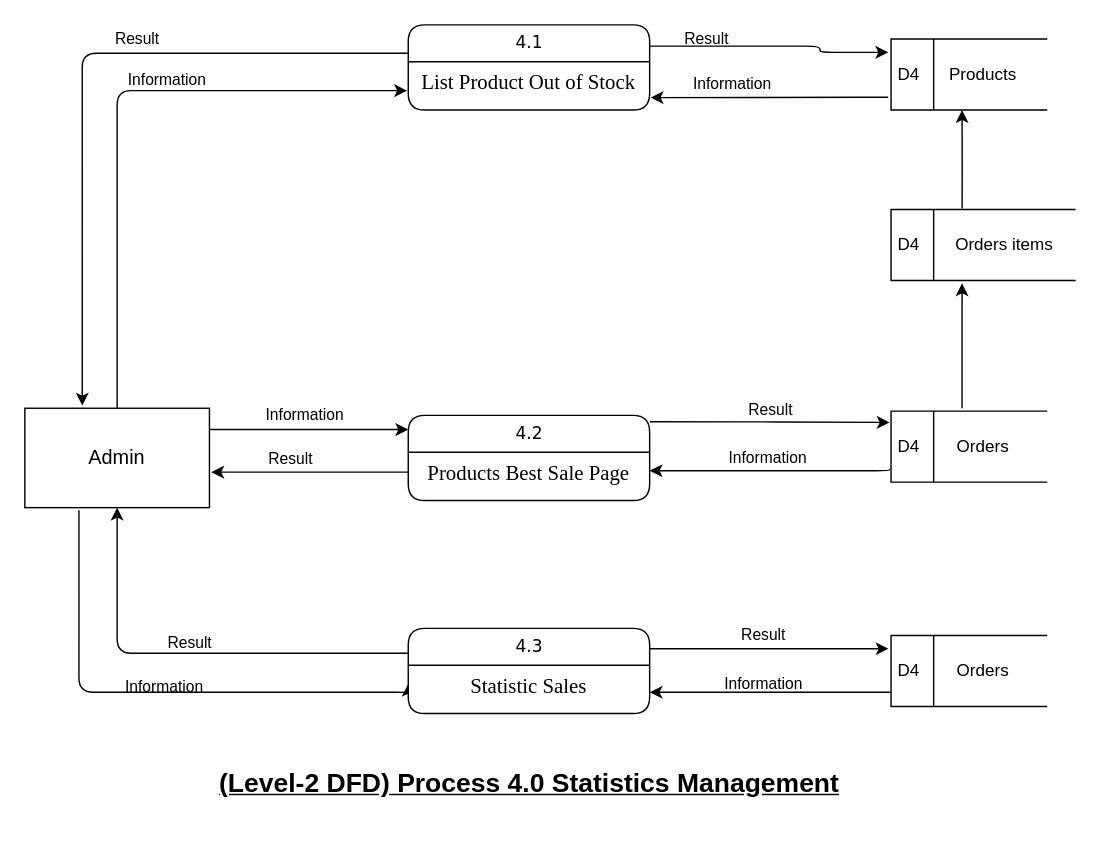
Before: assets/dfd/DFD-Level-4.0 - Statistics Manager.drawio in vanluong94/aptech-market-management-system, a draw.io diagram. Source tidied: cells renumbered, new cells numbered last; positions are measured from the earlier drawing's top-left corner, leaving out a move shared by most shapes. Both pictures are drawn from the tidied source at 142%, with x=0, y=0 at pixel (24, 24).
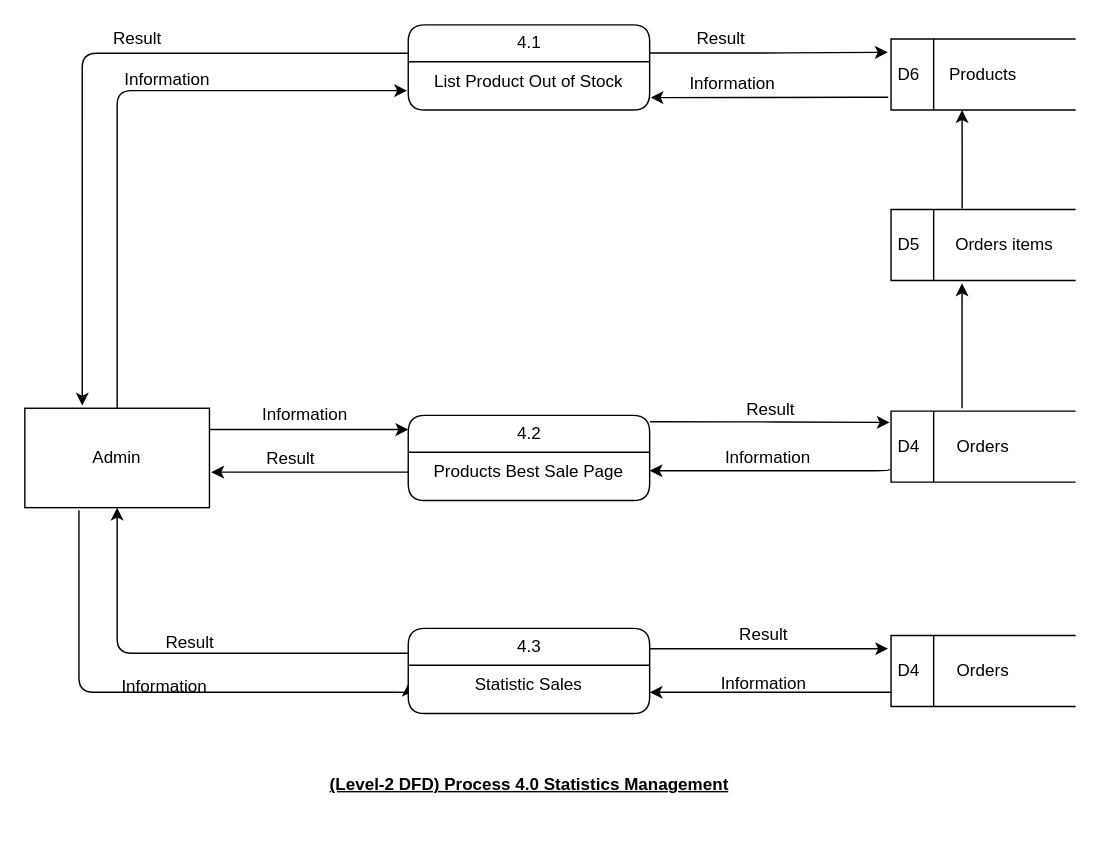
After the change.

What changed in the source:
```diff
@@
-    <mxCell id="2" value="Result" style="edgeStyle=orthogonalEdgeStyle;rounded=1;sketch=0;jettySize=auto;html=1;entryX=0.311;entryY=-0.027;entryDx=0;entryDy=0;entryPerimeter=0;labelBackgroundColor=none;" parent="1" edge="1" source="4" target="10">
+    <mxCell id="2" value="Result" style="edgeStyle=orthogonalEdgeStyle;rounded=1;sketch=0;jettySize=auto;html=1;entryX=0.311;entryY=-0.027;entryDx=0;entryDy=0;entryPerimeter=0;labelBackgroundColor=none;fontFamily=Helvetica;fontColor=#000000;fontSize=12;" parent="1" edge="1" source="4" target="10">
       <mxGeometry x="-0.2" y="-10" relative="1" as="geometry">
         <Array as="points">
           <mxPoint x="40" y="20" />
         </Array>
       </mxGeometry>
     </mxCell>
-    <mxCell id="3" value="Result" style="edgeStyle=orthogonalEdgeStyle;rounded=1;jettySize=auto;html=1;labelBackgroundColor=none;exitX=1;exitY=0.25;exitDx=0;exitDy=0;entryX=-0.018;entryY=0.187;entryDx=0;entryDy=0;entryPerimeter=0;" parent="1" edge="1" source="4" target="24">
-      <mxGeometry x="-0.54" y="5" relative="1" as="geometry">
-        <Array as="points">
-          <mxPoint x="560" y="15" />
-        </Array>
-      </mxGeometry>
+    <mxCell id="3" value="Result" style="edgeStyle=orthogonalEdgeStyle;rounded=1;jettySize=auto;html=1;labelBackgroundColor=none;exitX=1;exitY=0.33;exitDx=0;exitDy=0;entryX=-0.018;entryY=0.187;entryDx=0;entryDy=0;entryPerimeter=0;exitPerimeter=0;fontFamily=Helvetica;fontColor=#000000;fontSize=12;" parent="1" edge="1" source="4" target="24">
+      <mxGeometry x="-0.41" y="10" relative="1" as="geometry" />
     </mxCell>
-    <mxCell id="4" value="4.1" style="swimlane;html=1;fontStyle=0;horizontal=1;startSize=26;swimlaneFillColor=#ffffff;align=center;rounded=1;shadow=0;comic=0;labelBackgroundColor=none;strokeWidth=1;fontFamily=Verdana;fontSize=12;" parent="1" vertex="1">
+    <mxCell id="4" value="4.1" style="swimlane;html=1;fontStyle=0;horizontal=1;startSize=26;swimlaneFillColor=#ffffff;align=center;rounded=1;shadow=0;comic=0;labelBackgroundColor=none;strokeWidth=1;fontFamily=Helvetica;fontSize=12;fontColor=#000000;" parent="1" vertex="1">
       <mxGeometry x="270" width="170" height="60" as="geometry" />
     </mxCell>
-    <mxCell id="5" value="&lt;font face=&quot;times new roman&quot;&gt;&lt;span style=&quot;font-size: 14.6667px&quot;&gt;List Product Out of Stock&lt;/span&gt;&lt;/font&gt;" style="text;html=1;spacingLeft=4;spacingRight=4;whiteSpace=wrap;overflow=hidden;points=[[0,0.5],[1,0.5]];portConstraint=eastwest;align=center;fontColor=#000000;" parent="4" vertex="1">
+    <mxCell id="5" value="&lt;font style=&quot;font-size: 12px;&quot;&gt;&lt;span style=&quot;font-size: 12px;&quot;&gt;List Product Out of Stock&lt;/span&gt;&lt;/font&gt;" style="text;html=1;spacingLeft=4;spacingRight=4;whiteSpace=wrap;overflow=hidden;points=[[0,0.5],[1,0.5]];portConstraint=eastwest;align=center;fontColor=#000000;fontFamily=Helvetica;fontSize=12;" parent="4" vertex="1">
       <mxGeometry y="26" width="170" height="26" as="geometry" />
     </mxCell>
-    <mxCell id="6" value="&lt;p class=&quot;MsoNormal&quot;&gt;&lt;font face=&quot;helvetica, sans-serif&quot;&gt;&lt;span style=&quot;font-size: 18.6667px&quot;&gt;&lt;b&gt;&lt;u&gt;(Level-2 DFD) Process 4.0 Statistics Management&lt;/u&gt;&lt;/b&gt;&lt;/span&gt;&lt;/font&gt;&lt;br&gt;&lt;/p&gt;" style="text;html=1;align=center;verticalAlign=middle;strokeColor=none;" parent="1" vertex="1">
-      <mxGeometry x="130" y="510" width="450" height="50" as="geometry" />
+    <mxCell id="6" value="&lt;p class=&quot;MsoNormal&quot; style=&quot;font-size: 12px;&quot;&gt;&lt;font style=&quot;font-size: 12px;&quot;&gt;&lt;span style=&quot;font-size: 12px;&quot;&gt;&lt;b style=&quot;font-size: 12px;&quot;&gt;&lt;u style=&quot;font-size: 12px;&quot;&gt;(Level-2 DFD) Process 4.0 Statistics Management&lt;/u&gt;&lt;/b&gt;&lt;/span&gt;&lt;/font&gt;&lt;br style=&quot;font-size: 12px;&quot;&gt;&lt;/p&gt;" style="text;html=1;align=center;verticalAlign=middle;strokeColor=none;fontFamily=Helvetica;fontColor=#000000;fontSize=12;" parent="1" vertex="1">
+      <mxGeometry x="205" y="515" width="300" height="40" as="geometry" />
     </mxCell>
-    <mxCell id="7" value="Information" style="edgeStyle=orthogonalEdgeStyle;jumpStyle=none;jettySize=auto;html=1;entryX=0;entryY=0.167;entryDx=0;entryDy=0;entryPerimeter=0;shadow=0;labelBackgroundColor=none;rounded=1;" parent="1" edge="1" target="12">
+    <mxCell id="7" value="Information" style="edgeStyle=orthogonalEdgeStyle;jumpStyle=none;jettySize=auto;html=1;entryX=0;entryY=0.167;entryDx=0;entryDy=0;entryPerimeter=0;shadow=0;labelBackgroundColor=none;rounded=1;fontFamily=Helvetica;fontColor=#000000;fontSize=12;" parent="1" edge="1" target="12">
       <mxGeometry x="-0.04" y="10" relative="1" as="geometry">
         <mxPoint x="130" y="285" as="sourcePoint" />
         <Array as="points">
           <mxPoint x="150" y="285" />
           <mxPoint x="150" y="285" />
         </Array>
       </mxGeometry>
     </mxCell>
-    <mxCell id="8" value="Information" style="edgeStyle=orthogonalEdgeStyle;rounded=1;jettySize=auto;html=1;entryX=0;entryY=0.5;entryDx=0;entryDy=0;labelBackgroundColor=none;exitX=0.293;exitY=1.027;exitDx=0;exitDy=0;exitPerimeter=0;" parent="1" edge="1" source="10" target="17">
+    <mxCell id="8" value="Information" style="edgeStyle=orthogonalEdgeStyle;rounded=1;jettySize=auto;html=1;entryX=0;entryY=0.5;entryDx=0;entryDy=0;labelBackgroundColor=none;exitX=0.293;exitY=1.027;exitDx=0;exitDy=0;exitPerimeter=0;fontFamily=Helvetica;fontColor=#000000;fontSize=12;" parent="1" edge="1" source="10" target="17">
       <mxGeometry x="0.03" y="4" relative="1" as="geometry">
         <Array as="points">
           <mxPoint x="38" y="470" />
           <mxPoint x="270" y="470" />
         </Array>
       </mxGeometry>
     </mxCell>
-    <mxCell id="9" value="Information" style="edgeStyle=orthogonalEdgeStyle;rounded=1;jettySize=auto;html=1;entryX=-0.005;entryY=0.782;entryDx=0;entryDy=0;entryPerimeter=0;labelBackgroundColor=none;" parent="1" edge="1" source="10" target="5">
+    <mxCell id="9" value="Information" style="edgeStyle=orthogonalEdgeStyle;rounded=1;jettySize=auto;html=1;entryX=-0.005;entryY=0.782;entryDx=0;entryDy=0;entryPerimeter=0;labelBackgroundColor=none;fontFamily=Helvetica;fontColor=#000000;fontSize=12;" parent="1" edge="1" source="10" target="5">
       <mxGeometry x="0.21" y="7" relative="1" as="geometry" />
     </mxCell>
-    <mxCell id="10" value="&lt;font style=&quot;font-size: 14px&quot;&gt;Admin&lt;/font&gt;" style="rounded=0;whiteSpace=wrap;html=1;" parent="1" vertex="1">
+    <mxCell id="10" value="&lt;font style=&quot;font-size: 12px;&quot;&gt;Admin&lt;/font&gt;" style="rounded=0;whiteSpace=wrap;html=1;fontFamily=Helvetica;fontColor=#000000;fontSize=12;" parent="1" vertex="1">
       <mxGeometry y="270" width="130" height="70" as="geometry" />
     </mxCell>
-    <mxCell id="11" value="Result" style="edgeStyle=orthogonalEdgeStyle;rounded=1;jettySize=auto;html=1;labelBackgroundColor=none;exitX=1.001;exitY=0.076;exitDx=0;exitDy=0;exitPerimeter=0;" parent="1" edge="1" source="12">
+    <mxCell id="11" value="Result" style="edgeStyle=orthogonalEdgeStyle;rounded=1;jettySize=auto;html=1;labelBackgroundColor=none;exitX=1.001;exitY=0.076;exitDx=0;exitDy=0;exitPerimeter=0;fontFamily=Helvetica;fontColor=#000000;fontSize=12;" parent="1" edge="1" source="12">
       <mxGeometry x="0.01" y="9" relative="1" as="geometry">
         <mxPoint x="609" y="280" as="targetPoint" />
         <Array as="points">
           <mxPoint x="520" y="280" />
           <mxPoint x="609" y="280" />
         </Array>
       </mxGeometry>
     </mxCell>
-    <mxCell id="12" value="4.2" style="swimlane;html=1;fontStyle=0;horizontal=1;startSize=26;swimlaneFillColor=#ffffff;align=center;rounded=1;shadow=0;comic=0;labelBackgroundColor=none;strokeWidth=1;fontFamily=Verdana;fontSize=12;" parent="1" vertex="1">
+    <mxCell id="12" value="4.2" style="swimlane;html=1;fontStyle=0;horizontal=1;startSize=26;swimlaneFillColor=#ffffff;align=center;rounded=1;shadow=0;comic=0;labelBackgroundColor=none;strokeWidth=1;fontFamily=Helvetica;fontSize=12;fontColor=#000000;" parent="1" vertex="1">
       <mxGeometry x="270" y="275" width="170" height="60" as="geometry" />
     </mxCell>
-    <mxCell id="13" value="&lt;font face=&quot;times new roman&quot;&gt;&lt;span style=&quot;font-size: 14.6667px&quot;&gt;Products Best Sale Page&lt;/span&gt;&lt;/font&gt;" style="text;html=1;strokeColor=none;fillColor=none;spacingLeft=4;spacingRight=4;whiteSpace=wrap;overflow=hidden;points=[[0,0.5],[1,0.5]];portConstraint=eastwest;align=center;fontColor=#000000;" parent="12" vertex="1">
+    <mxCell id="13" value="&lt;font style=&quot;font-size: 12px;&quot;&gt;&lt;span style=&quot;font-size: 12px;&quot;&gt;Products Best Sale Page&lt;/span&gt;&lt;/font&gt;" style="text;html=1;strokeColor=none;fillColor=none;spacingLeft=4;spacingRight=4;whiteSpace=wrap;overflow=hidden;points=[[0,0.5],[1,0.5]];portConstraint=eastwest;align=center;fontColor=#000000;fontFamily=Helvetica;fontSize=12;" parent="12" vertex="1">
       <mxGeometry y="26" width="170" height="26" as="geometry" />
     </mxCell>
-    <mxCell id="14" value="Result" style="edgeStyle=orthogonalEdgeStyle;curved=0;rounded=1;sketch=0;jettySize=auto;html=1;entryX=0.5;entryY=1;entryDx=0;entryDy=0;exitX=0;exitY=0.292;exitDx=0;exitDy=0;exitPerimeter=0;labelBackgroundColor=none;" parent="1" edge="1" source="16" target="10">
+    <mxCell id="14" value="Result" style="edgeStyle=orthogonalEdgeStyle;curved=0;rounded=1;sketch=0;jettySize=auto;html=1;entryX=0.5;entryY=1;entryDx=0;entryDy=0;exitX=0;exitY=0.292;exitDx=0;exitDy=0;exitPerimeter=0;labelBackgroundColor=none;fontFamily=Helvetica;fontColor=#000000;fontSize=12;" parent="1" edge="1" source="16" target="10">
       <mxGeometry y="-8" relative="1" as="geometry" />
     </mxCell>
-    <mxCell id="15" value="Result" style="edgeStyle=orthogonalEdgeStyle;rounded=1;jettySize=auto;html=1;labelBackgroundColor=none;entryX=-0.016;entryY=0.187;entryDx=0;entryDy=0;entryPerimeter=0;" parent="1" edge="1" source="16" target="30">
+    <mxCell id="15" value="Result" style="edgeStyle=orthogonalEdgeStyle;rounded=1;jettySize=auto;html=1;labelBackgroundColor=none;entryX=-0.016;entryY=0.187;entryDx=0;entryDy=0;entryPerimeter=0;fontFamily=Helvetica;fontColor=#000000;fontSize=12;" parent="1" edge="1" source="16" target="30">
       <mxGeometry x="-0.05" y="9" relative="1" as="geometry">
         <Array as="points">
           <mxPoint x="590" y="440" />
         </Array>
       </mxGeometry>
     </mxCell>
-    <mxCell id="16" value="4.3" style="swimlane;html=1;fontStyle=0;horizontal=1;startSize=26;swimlaneFillColor=#ffffff;align=center;rounded=1;shadow=0;comic=0;labelBackgroundColor=none;strokeWidth=1;fontFamily=Verdana;fontSize=12;" parent="1" vertex="1">
+    <mxCell id="16" value="4.3" style="swimlane;html=1;fontStyle=0;horizontal=1;startSize=26;swimlaneFillColor=#ffffff;align=center;rounded=1;shadow=0;comic=0;labelBackgroundColor=none;strokeWidth=1;fontFamily=Helvetica;fontSize=12;fontColor=#000000;" parent="1" vertex="1">
       <mxGeometry x="270" y="425" width="170" height="60" as="geometry" />
     </mxCell>
-    <mxCell id="17" value="&lt;font face=&quot;times new roman&quot;&gt;&lt;span style=&quot;font-size: 14.6667px&quot;&gt;Statistic Sales&lt;/span&gt;&lt;/font&gt;" style="text;html=1;strokeColor=none;fillColor=none;spacingLeft=4;spacingRight=4;whiteSpace=wrap;overflow=hidden;points=[[0,0.5],[1,0.5]];portConstraint=eastwest;align=center;fontColor=#000000;" parent="16" vertex="1">
+    <mxCell id="17" value="&lt;font style=&quot;font-size: 12px;&quot;&gt;&lt;span style=&quot;font-size: 12px;&quot;&gt;Statistic Sales&lt;/span&gt;&lt;/font&gt;" style="text;html=1;strokeColor=none;fillColor=none;spacingLeft=4;spacingRight=4;whiteSpace=wrap;overflow=hidden;points=[[0,0.5],[1,0.5]];portConstraint=eastwest;align=center;fontColor=#000000;fontFamily=Helvetica;fontSize=12;" parent="16" vertex="1">
       <mxGeometry y="26" width="170" height="26" as="geometry" />
     </mxCell>
-    <mxCell id="18" value="&#10;&#10;&lt;span style=&quot;font-family: helvetica; font-size: 11px; font-style: normal; font-weight: 400; letter-spacing: normal; text-align: center; text-indent: 0px; text-transform: none; word-spacing: 0px; display: inline; float: none;&quot;&gt;Information&lt;/span&gt;&#10;&#10;" style="edgeStyle=orthogonalEdgeStyle;curved=0;rounded=1;sketch=0;jettySize=auto;html=1;entryX=1;entryY=0.5;entryDx=0;entryDy=0;exitX=-0.009;exitY=0.814;exitDx=0;exitDy=0;exitPerimeter=0;labelBackgroundColor=none;" parent="1" edge="1" source="20" target="13">
+    <mxCell id="18" value="&#10;&#10;&lt;span style=&quot;font-size: 12px; font-style: normal; font-weight: 400; letter-spacing: normal; text-align: center; text-indent: 0px; text-transform: none; word-spacing: 0px; display: inline; float: none;&quot;&gt;Information&lt;/span&gt;&#10;&#10;" style="edgeStyle=orthogonalEdgeStyle;curved=0;rounded=1;sketch=0;jettySize=auto;html=1;entryX=1;entryY=0.5;entryDx=0;entryDy=0;exitX=-0.009;exitY=0.814;exitDx=0;exitDy=0;exitPerimeter=0;labelBackgroundColor=none;fontFamily=Helvetica;fontColor=#000000;fontSize=12;" parent="1" edge="1" source="20" target="13">
       <mxGeometry x="0.02" y="-9" relative="1" as="geometry">
         <Array as="points">
           <mxPoint x="609" y="314" />
         </Array>
       </mxGeometry>
     </mxCell>
-    <mxCell id="19" style="edgeStyle=orthogonalEdgeStyle;rounded=1;orthogonalLoop=1;jettySize=auto;html=1;labelBackgroundColor=none;" parent="1" edge="1">
+    <mxCell id="19" style="edgeStyle=orthogonalEdgeStyle;rounded=1;orthogonalLoop=1;jettySize=auto;html=1;labelBackgroundColor=none;fontFamily=Helvetica;fontColor=#000000;fontSize=12;" parent="1" edge="1">
       <mxGeometry relative="1" as="geometry">
         <mxPoint x="660" y="270" as="sourcePoint" />
         <mxPoint x="660" y="182" as="targetPoint" />
         <Array as="points">
           <mxPoint x="660" y="270" />
         </Array>
       </mxGeometry>
     </mxCell>
-    <mxCell id="20" value="D4" style="html=1;dashed=0;whitespace=wrap;shape=mxgraph.dfd.dataStoreID;align=left;spacingLeft=3;points=[[0,0],[0.5,0],[1,0],[0,0.5],[1,0.5],[0,1],[0.5,1],[1,1]];" parent="1" vertex="1">
-      <mxGeometry x="610" y="272" width="110" height="50" as="geometry" />
+    <mxCell id="20" value="D4" style="html=1;dashed=0;whitespace=wrap;shape=mxgraph.dfd.dataStoreID;align=left;spacingLeft=3;points=[[0,0],[0.5,0],[1,0],[0,0.5],[1,0.5],[0,1],[0.5,1],[1,1]];fontFamily=Helvetica;fontColor=#000000;fontSize=12;" parent="1" vertex="1">
+      <mxGeometry x="610" y="272" width="130" height="50" as="geometry" />
     </mxCell>
-    <mxCell id="21" value="&#10;&#10;&lt;span style=&quot;font-family: helvetica; font-size: 11px; font-style: normal; font-weight: 400; letter-spacing: normal; text-align: center; text-indent: 0px; text-transform: none; word-spacing: 0px; display: inline; float: none;&quot;&gt;Information&lt;/span&gt;&#10;&#10;" style="edgeStyle=orthogonalEdgeStyle;curved=0;rounded=1;sketch=0;jettySize=auto;html=1;labelBackgroundColor=none;entryX=1.004;entryY=0.971;entryDx=0;entryDy=0;entryPerimeter=0;" parent="1" edge="1" target="5">
+    <mxCell id="21" value="&#10;&#10;&lt;span style=&quot;font-size: 12px; font-style: normal; font-weight: 400; letter-spacing: normal; text-align: center; text-indent: 0px; text-transform: none; word-spacing: 0px; display: inline; float: none;&quot;&gt;Information&lt;/span&gt;&#10;&#10;" style="edgeStyle=orthogonalEdgeStyle;curved=0;rounded=1;sketch=0;jettySize=auto;html=1;labelBackgroundColor=none;entryX=1.004;entryY=0.971;entryDx=0;entryDy=0;entryPerimeter=0;fontFamily=Helvetica;fontColor=#000000;fontSize=12;" parent="1" edge="1" target="5">
       <mxGeometry x="0.32" y="-9" relative="1" as="geometry">
         <mxPoint x="608" y="51" as="sourcePoint" />
         <Array as="points">
           <mxPoint x="600" y="51" />
         </Array>
       </mxGeometry>
     </mxCell>
-    <mxCell id="22" value="Orders" style="text;html=1;strokeColor=none;fillColor=none;align=center;verticalAlign=middle;whiteSpace=wrap;rounded=0;" parent="1" vertex="1">
+    <mxCell id="22" value="Orders" style="text;html=1;strokeColor=none;fillColor=none;align=center;verticalAlign=middle;whiteSpace=wrap;rounded=0;fontFamily=Helvetica;fontColor=#000000;fontSize=12;" parent="1" vertex="1">
       <mxGeometry x="650" y="287" width="50" height="20" as="geometry" />
     </mxCell>
-    <mxCell id="23" value="Result" style="edgeStyle=orthogonalEdgeStyle;curved=0;rounded=1;sketch=0;jettySize=auto;html=1;entryX=1.01;entryY=0.643;entryDx=0;entryDy=0;entryPerimeter=0;labelBackgroundColor=none;" parent="1" edge="1" source="13" target="10">
+    <mxCell id="23" value="Result" style="edgeStyle=orthogonalEdgeStyle;curved=0;rounded=1;sketch=0;jettySize=auto;html=1;entryX=1.01;entryY=0.643;entryDx=0;entryDy=0;entryPerimeter=0;labelBackgroundColor=none;fontFamily=Helvetica;fontColor=#000000;fontSize=12;" parent="1" edge="1" source="13" target="10">
       <mxGeometry x="0.2" y="-9" relative="1" as="geometry">
         <Array as="points">
           <mxPoint x="240" y="315" />
           <mxPoint x="240" y="315" />
         </Array>
       </mxGeometry>
     </mxCell>
-    <mxCell id="24" value="D4" style="html=1;dashed=0;whitespace=wrap;shape=mxgraph.dfd.dataStoreID;align=left;spacingLeft=3;points=[[0,0],[0.5,0],[1,0],[0,0.5],[1,0.5],[0,1],[0.5,1],[1,1]];" parent="1" vertex="1">
-      <mxGeometry x="610" y="10" width="110" height="50" as="geometry" />
+    <mxCell id="24" value="D6" style="html=1;dashed=0;whitespace=wrap;shape=mxgraph.dfd.dataStoreID;align=left;spacingLeft=3;points=[[0,0],[0.5,0],[1,0],[0,0.5],[1,0.5],[0,1],[0.5,1],[1,1]];fontFamily=Helvetica;fontColor=#000000;fontSize=12;" parent="1" vertex="1">
+      <mxGeometry x="610" y="10" width="130" height="50" as="geometry" />
     </mxCell>
-    <mxCell id="25" value="Products" style="text;html=1;strokeColor=none;fillColor=none;align=center;verticalAlign=middle;whiteSpace=wrap;rounded=0;" parent="1" vertex="1">
+    <mxCell id="25" value="Products" style="text;html=1;strokeColor=none;fillColor=none;align=center;verticalAlign=middle;whiteSpace=wrap;rounded=0;fontFamily=Helvetica;fontColor=#000000;fontSize=12;" parent="1" vertex="1">
       <mxGeometry x="650" y="25" width="50" height="20" as="geometry" />
     </mxCell>
-    <mxCell id="26" style="edgeStyle=orthogonalEdgeStyle;rounded=1;jettySize=auto;html=1;labelBackgroundColor=none;exitX=0.385;exitY=-0.014;exitDx=0;exitDy=0;exitPerimeter=0;" parent="1" edge="1" source="27">
+    <mxCell id="26" style="edgeStyle=orthogonalEdgeStyle;rounded=1;jettySize=auto;html=1;labelBackgroundColor=none;exitX=0.385;exitY=-0.014;exitDx=0;exitDy=0;exitPerimeter=0;fontFamily=Helvetica;fontColor=#000000;fontSize=12;" parent="1" edge="1" source="27">
       <mxGeometry relative="1" as="geometry">
         <mxPoint x="660" y="60" as="targetPoint" />
       </mxGeometry>
     </mxCell>
-    <mxCell id="27" value="D4" style="html=1;dashed=0;whitespace=wrap;shape=mxgraph.dfd.dataStoreID;align=left;spacingLeft=3;points=[[0,0],[0.5,0],[1,0],[0,0.5],[1,0.5],[0,1],[0.5,1],[1,1]];" parent="1" vertex="1">
+    <mxCell id="27" value="D5" style="html=1;dashed=0;whitespace=wrap;shape=mxgraph.dfd.dataStoreID;align=left;spacingLeft=3;points=[[0,0],[0.5,0],[1,0],[0,0.5],[1,0.5],[0,1],[0.5,1],[1,1]];fontFamily=Helvetica;fontColor=#000000;fontSize=12;" parent="1" vertex="1">
       <mxGeometry x="610" y="130" width="130" height="50" as="geometry" />
     </mxCell>
-    <mxCell id="28" value="Orders items" style="text;html=1;strokeColor=none;fillColor=none;align=center;verticalAlign=middle;whiteSpace=wrap;rounded=0;" parent="1" vertex="1">
+    <mxCell id="28" value="Orders items" style="text;html=1;strokeColor=none;fillColor=none;align=center;verticalAlign=middle;whiteSpace=wrap;rounded=0;fontFamily=Helvetica;fontColor=#000000;fontSize=12;" parent="1" vertex="1">
       <mxGeometry x="650" y="145" width="80" height="20" as="geometry" />
     </mxCell>
-    <mxCell id="29" value="Information" style="edgeStyle=orthogonalEdgeStyle;rounded=1;jettySize=auto;html=1;labelBackgroundColor=none;entryX=1;entryY=0.731;entryDx=0;entryDy=0;entryPerimeter=0;" parent="1" edge="1" source="30" target="17">
+    <mxCell id="29" value="Information" style="edgeStyle=orthogonalEdgeStyle;rounded=1;jettySize=auto;html=1;labelBackgroundColor=none;entryX=1;entryY=0.731;entryDx=0;entryDy=0;entryPerimeter=0;fontFamily=Helvetica;fontColor=#000000;fontSize=12;" parent="1" edge="1" source="30" target="17">
       <mxGeometry x="0.06" y="-6" relative="1" as="geometry">
         <Array as="points">
           <mxPoint x="510" y="470" />
           <mxPoint x="510" y="470" />
         </Array>
       </mxGeometry>
     </mxCell>
-    <mxCell id="30" value="D4" style="html=1;dashed=0;whitespace=wrap;shape=mxgraph.dfd.dataStoreID;align=left;spacingLeft=3;points=[[0,0],[0.5,0],[1,0],[0,0.5],[1,0.5],[0,1],[0.5,1],[1,1]];" parent="1" vertex="1">
-      <mxGeometry x="610" y="430" width="110" height="50" as="geometry" />
+    <mxCell id="30" value="D4" style="html=1;dashed=0;whitespace=wrap;shape=mxgraph.dfd.dataStoreID;align=left;spacingLeft=3;points=[[0,0],[0.5,0],[1,0],[0,0.5],[1,0.5],[0,1],[0.5,1],[1,1]];fontFamily=Helvetica;fontColor=#000000;fontSize=12;" parent="1" vertex="1">
+      <mxGeometry x="610" y="430" width="130" height="50" as="geometry" />
     </mxCell>
-    <mxCell id="31" value="Orders" style="text;html=1;strokeColor=none;fillColor=none;align=center;verticalAlign=middle;whiteSpace=wrap;rounded=0;" parent="1" vertex="1">
+    <mxCell id="31" value="Orders" style="text;html=1;strokeColor=none;fillColor=none;align=center;verticalAlign=middle;whiteSpace=wrap;rounded=0;fontFamily=Helvetica;fontColor=#000000;fontSize=12;" parent="1" vertex="1">
       <mxGeometry x="650" y="445" width="50" height="20" as="geometry" />
     </mxCell>
```
